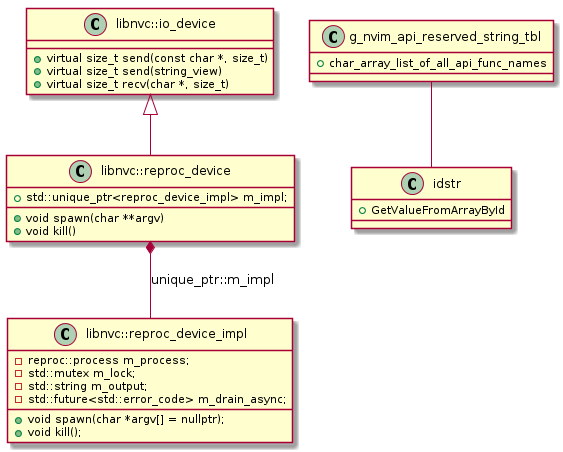
Above: docs/libnvc_arch.png in tricktux/rnvim (PlantUML), before the change.
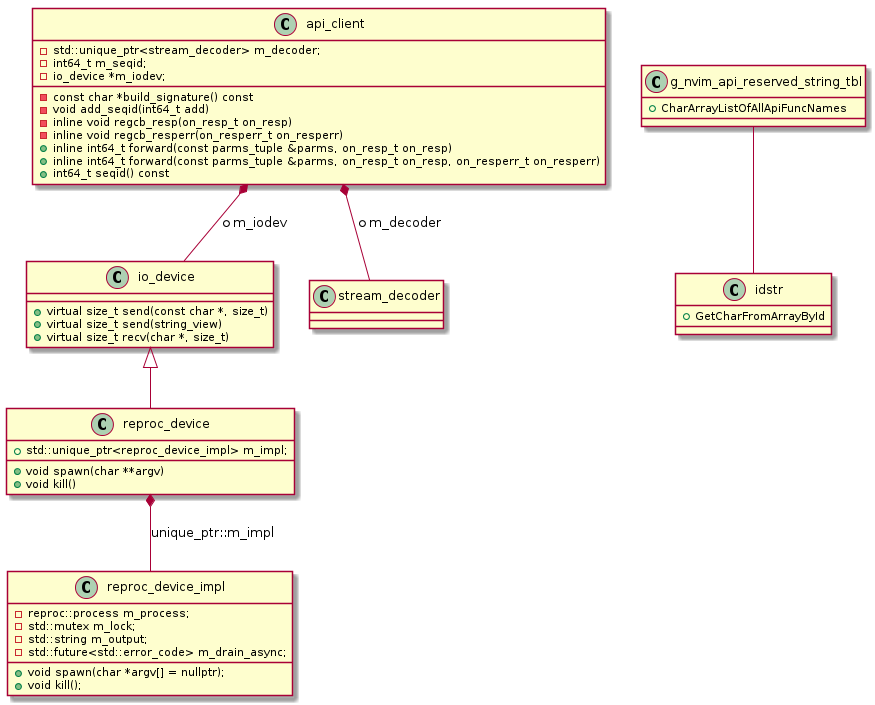
The same diagram one commit later.

Diff of the diagram source:
```diff
@@ -1,19 +1,21 @@
 @startuml
 
-class libnvc::io_device {
+set namespaceSeparator ::
+
+class io_device {
 	+virtual size_t send(const char *, size_t)
 	+virtual size_t send(string_view)
 	+virtual size_t recv(char *, size_t)
 }
 
-class libnvc::reproc_device {
+class reproc_device {
 	+std::unique_ptr<reproc_device_impl> m_impl;
 
 	+void spawn(char **argv)
 	+void kill()
 }
 
-class libnvc::reproc_device_impl {
+class reproc_device_impl {
 	-reproc::process m_process;
 	-std::mutex m_lock;
 	-std::string m_output;
@@ -24,16 +26,32 @@
 }
 
 class g_nvim_api_reserved_string_tbl {
-	+char_array_list_of_all_api_func_names
+	+CharArrayListOfAllApiFuncNames
 }
 
 class idstr {
-	+GetValueFromArrayById
+	+GetCharFromArrayById
 }
+
+class api_client {
+	-std::unique_ptr<stream_decoder> m_decoder;
+	-int64_t m_seqid;
+	-io_device *m_iodev;
+	-const char *build_signature() const
+	-void add_seqid(int64_t add)
+	-inline void regcb_resp(on_resp_t on_resp)
+	-inline void regcb_resperr(on_resperr_t on_resperr)
+	+inline int64_t forward(const parms_tuple &parms, on_resp_t on_resp)
+	+inline int64_t forward(const parms_tuple &parms, on_resp_t on_resp, on_resperr_t on_resperr)
+	+int64_t seqid() const
+}
+
+api_client *-- io_device : *m_iodev
+api_client *-- stream_decoder : *m_decoder
 
 g_nvim_api_reserved_string_tbl -- idstr
 
-libnvc::io_device <|-- libnvc::reproc_device
-libnvc::reproc_device *-- libnvc::reproc_device_impl : unique_ptr::m_impl
+io_device <|-- reproc_device
+reproc_device *-- reproc_device_impl : unique_ptr::m_impl
 
 @enduml
```
